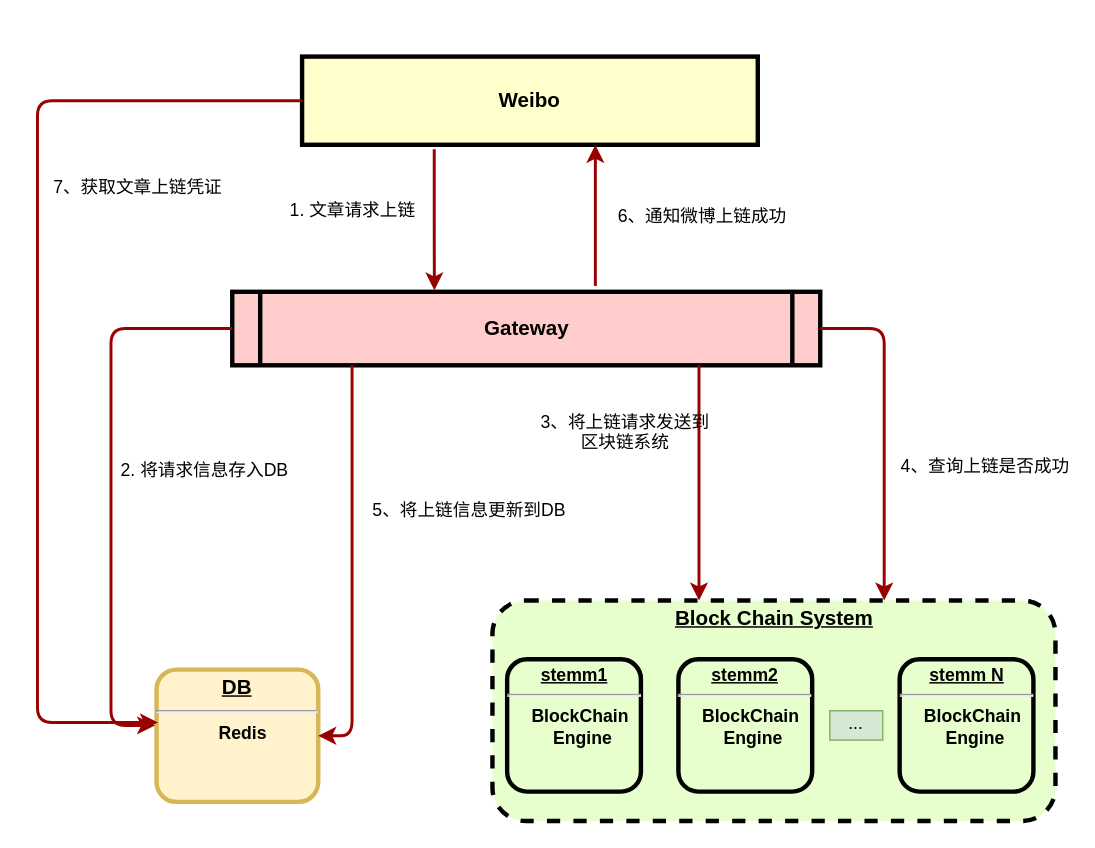
Earlier version of the draw.io diagram weibo-blockchain.drawio (fisher2015/eos-contract). Source tidied: cells renumbered, new cells numbered last; positions are measured from the earlier drawing's top-left corner, leaving out a move shared by most shapes. Both pictures are drawn from the tidied source at 147%, with x=0, y=0 at pixel (37, 56).
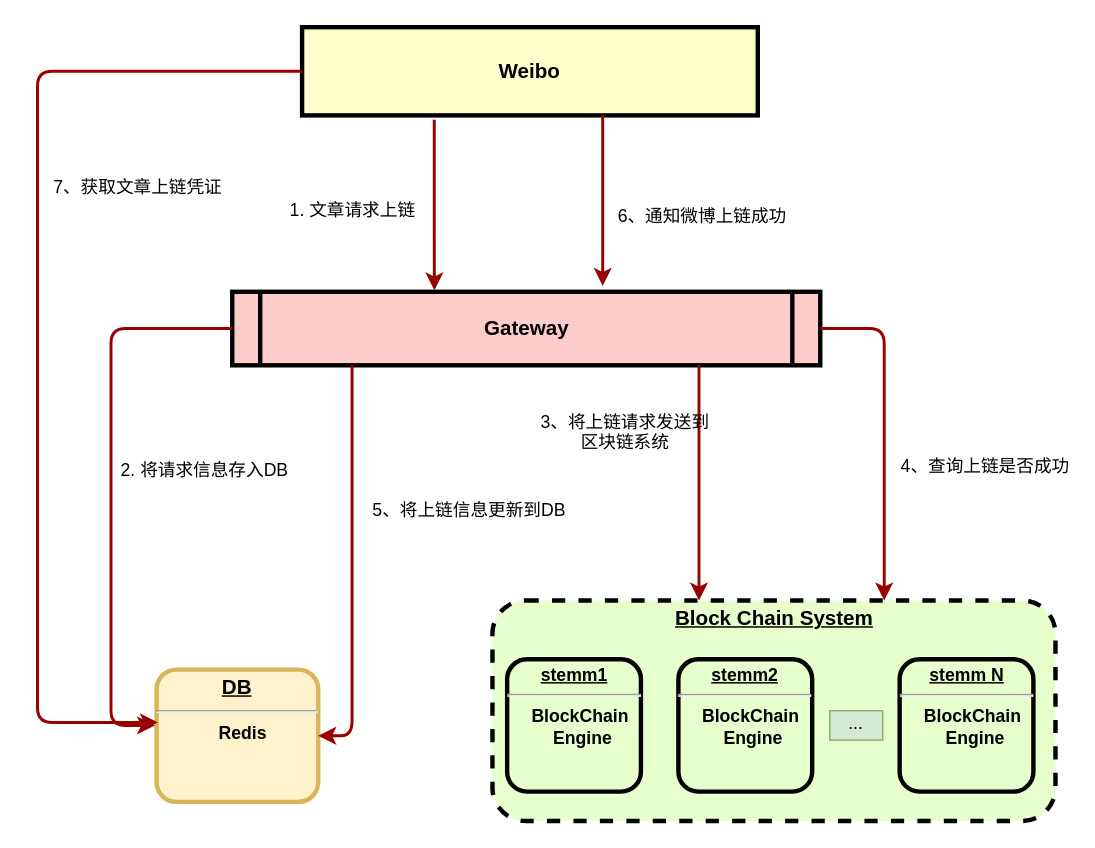
Above is the later version.

The edit, as a diff of the source:
```diff
@@
     <mxCell id="2" value="Weibo" style="whiteSpace=wrap;align=center;verticalAlign=middle;fontStyle=1;strokeWidth=3;fillColor=#FFFFCC;fontSize=14;" parent="1" vertex="1">
-      <mxGeometry x="180" width="310" height="60" as="geometry" />
+      <mxGeometry x="180" y="-20" width="310" height="60" as="geometry" />
     </mxCell>
@@
-    <mxCell id="19" style="edgeStyle=elbowEdgeStyle;elbow=vertical;strokeColor=#990000;strokeWidth=2;exitX=0.29;exitY=1.05;exitDx=0;exitDy=0;exitPerimeter=0;" parent="1" edge="1">
-      <mxGeometry relative="1" as="geometry">
-        <mxPoint x="379.5" y="156" as="sourcePoint" />
-        <mxPoint x="379.5" y="60" as="targetPoint" />
-        <Array as="points">
-          <mxPoint x="436" y="116" />
-        </Array>
-      </mxGeometry>
-    </mxCell>
@@
+    <mxCell id="25" style="edgeStyle=elbowEdgeStyle;elbow=vertical;strokeColor=#990000;strokeWidth=2;exitX=0.29;exitY=1.05;exitDx=0;exitDy=0;exitPerimeter=0;" parent="1" edge="1">
+      <mxGeometry relative="1" as="geometry">
+        <mxPoint x="384.5" y="40" as="sourcePoint" />
+        <mxPoint x="384.5" y="156" as="targetPoint" />
+        <Array as="points">
+          <mxPoint x="441" y="116" />
+        </Array>
+      </mxGeometry>
+    </mxCell>
```
